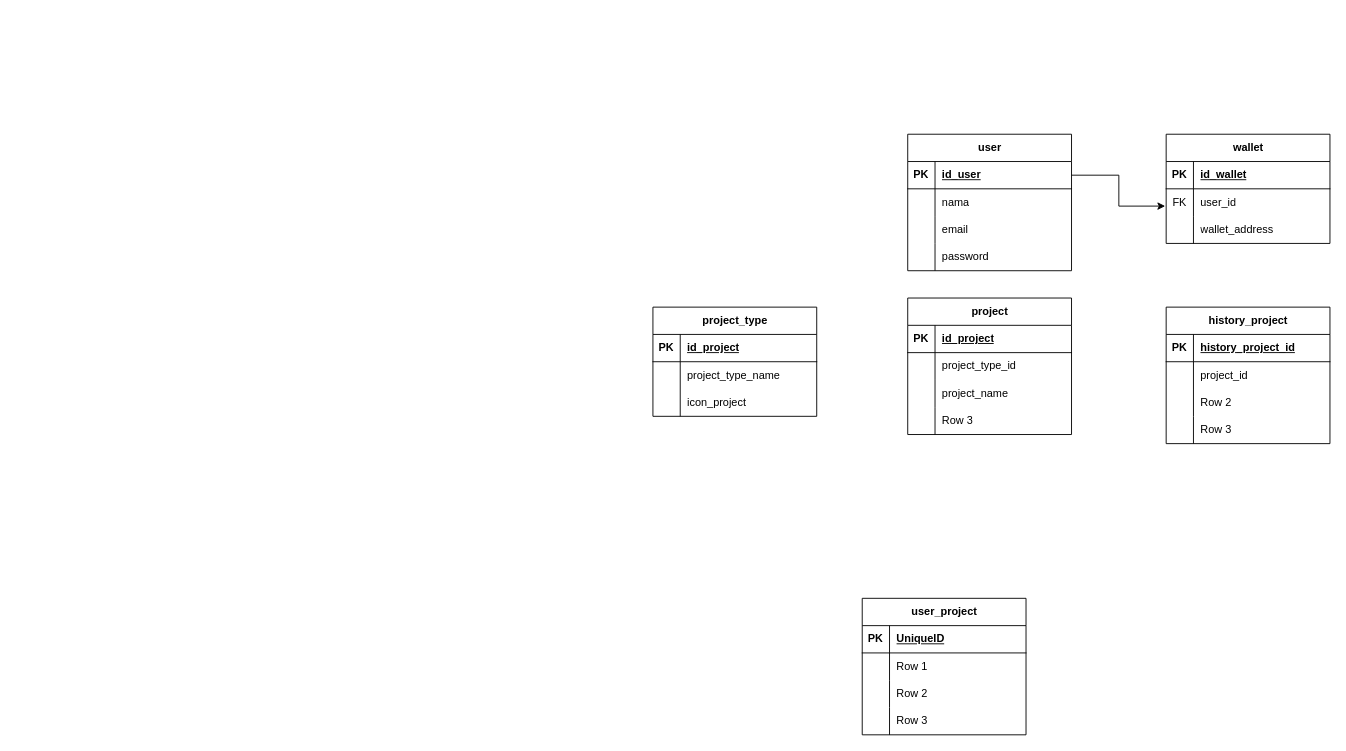
Above: gitdrop.drawio in zerodevid/database_draw_io (draw.io), before the change. Source tidied: cells renumbered, new cells numbered last; positions are measured from the earlier drawing's top-left corner, leaving out a move shared by most shapes. Both pictures are drawn from the tidied source at 91%, with x=0, y=0 at pixel (652, 134).
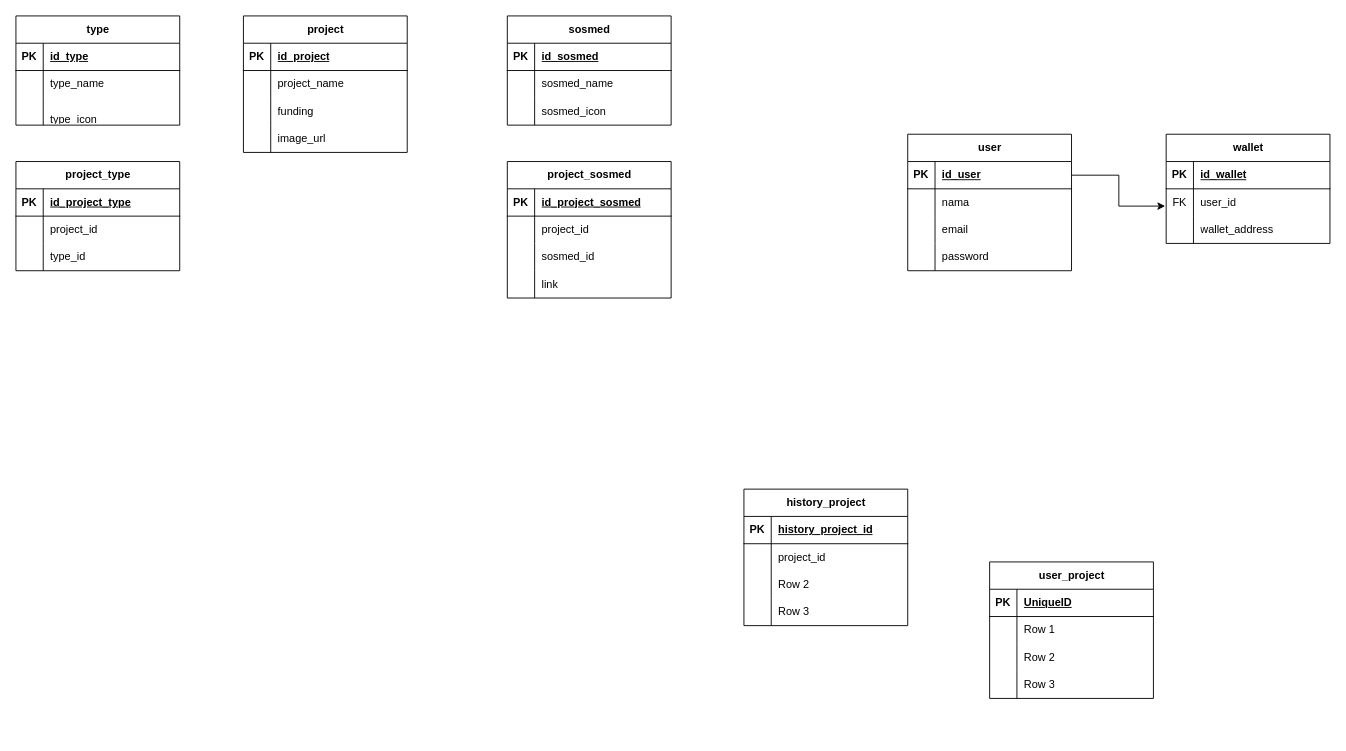
The same page after the edit.

Unchanged cells that the change refers to:
```xml
<mxCell id="53" style="shape=tableRow;horizontal=0;startSize=0;swimlaneHead=0;swimlaneBody=0;fillColor=none;top=0;left=0;right=0;bottom=1;" parent="52" vertex="1">
  <mxGeometry y="30" width="180" height="30" as="geometry" />
</mxCell>
<mxCell id="56" style="shape=tableRow;horizontal=0;startSize=0;swimlaneHead=0;swimlaneBody=0;fillColor=none;top=0;left=0;right=0;bottom=0;" parent="52" vertex="1">
  <mxGeometry y="60" width="180" height="30" as="geometry" />
</mxCell>
<mxCell id="59" style="shape=tableRow;horizontal=0;startSize=0;swimlaneHead=0;swimlaneBody=0;fillColor=none;top=0;left=0;right=0;bottom=0;" parent="52" vertex="1">
  <mxGeometry y="90" width="180" height="30" as="geometry" />
</mxCell>
```

What changed in the source:
```diff
@@
     <mxCell id="15" value="history_project" style="shape=table;startSize=30;childLayout=tableLayout;rowLines=0;fontStyle=1;align=center;html=1;" parent="1" vertex="1">
-      <mxGeometry x="564" y="190" width="180" height="150" as="geometry" />
+      <mxGeometry x="100" y="390" width="180" height="150" as="geometry" />
     </mxCell>
@@
     <mxCell id="39" value="user_project" style="shape=table;startSize=30;childLayout=tableLayout;rowLines=0;fontStyle=1;align=center;html=1;" parent="1" vertex="1">
-      <mxGeometry x="230" y="510" width="180" height="150" as="geometry" />
+      <mxGeometry x="370" y="470" width="180" height="150" as="geometry" />
     </mxCell>
@@
-    <mxCell id="52" value="project_type" style="shape=table;startSize=30;childLayout=tableLayout;rowLines=0;fontStyle=1;align=center;html=1;" parent="1" vertex="1">
-      <mxGeometry y="190" width="180" height="120" as="geometry" />
+    <mxCell id="52" value="type" style="shape=table;startSize=30;childLayout=tableLayout;rowLines=0;fontStyle=1;align=center;html=1;" parent="1" vertex="1">
+      <mxGeometry x="-700" y="-130" width="180" height="120" as="geometry" />
     </mxCell>
@@
-    <mxCell id="55" value="id_project" style="shape=partialRectangle;fillColor=none;top=0;left=0;bottom=0;right=0;align=left;spacingLeft=6;fontStyle=5;overflow=hidden;whiteSpace=wrap;html=1;" parent="53" vertex="1">
+    <mxCell id="55" value="id_type" style="shape=partialRectangle;fillColor=none;top=0;left=0;bottom=0;right=0;align=left;spacingLeft=6;fontStyle=5;overflow=hidden;whiteSpace=wrap;html=1;" parent="53" vertex="1">
       <mxGeometry x="30" width="150" height="30" as="geometry" />
     </mxCell>
@@
-    <mxCell id="58" value="project_type_name" style="shape=partialRectangle;fillColor=none;top=0;left=0;bottom=0;right=0;align=left;spacingLeft=6;overflow=hidden;whiteSpace=wrap;html=1;" parent="56" vertex="1">
+    <mxCell id="58" value="type_name" style="shape=partialRectangle;fillColor=none;top=0;left=0;bottom=0;right=0;align=left;spacingLeft=6;overflow=hidden;whiteSpace=wrap;html=1;" parent="56" vertex="1">
       <mxGeometry x="30" width="150" height="30" as="geometry" />
     </mxCell>
@@
-    <mxCell id="61" value="icon_project" style="shape=partialRectangle;fillColor=none;top=0;left=0;bottom=0;right=0;align=left;spacingLeft=6;overflow=hidden;whiteSpace=wrap;html=1;" parent="59" vertex="1">
+    <mxCell id="61" value="&lt;div&gt;&lt;br&gt;&lt;/div&gt;type_icon" style="shape=partialRectangle;fillColor=none;top=0;left=0;bottom=0;right=0;align=left;spacingLeft=6;overflow=hidden;whiteSpace=wrap;html=1;" parent="59" vertex="1">
       <mxGeometry x="30" width="150" height="30" as="geometry" />
     </mxCell>
     <mxCell id="62" value="project" style="shape=table;startSize=30;childLayout=tableLayout;rowLines=0;fontStyle=1;align=center;html=1;" parent="1" vertex="1">
-      <mxGeometry x="280" y="180" width="180" height="150" as="geometry" />
+      <mxGeometry x="-450" y="-130" width="180" height="150" as="geometry" />
     </mxCell>
@@
-    <mxCell id="66" style="shape=tableRow;horizontal=0;startSize=0;swimlaneHead=0;swimlaneBody=0;fillColor=none;top=0;left=0;right=0;bottom=0;" parent="62" vertex="1">
-      <mxGeometry y="60" width="180" height="30" as="geometry" />
-    </mxCell>
-    <mxCell id="67" style="shape=partialRectangle;fillColor=none;top=0;left=0;bottom=0;right=0;overflow=hidden;whiteSpace=wrap;html=1;" parent="66" vertex="1">
-      <mxGeometry width="30" height="30" as="geometry" />
-    </mxCell>
-    <mxCell id="68" value="project_type_id" style="shape=partialRectangle;fillColor=none;top=0;left=0;bottom=0;right=0;align=left;spacingLeft=6;overflow=hidden;whiteSpace=wrap;html=1;" parent="66" vertex="1">
-      <mxGeometry x="30" width="150" height="30" as="geometry" />
-    </mxCell>
     <mxCell id="69" style="shape=tableRow;horizontal=0;startSize=0;swimlaneHead=0;swimlaneBody=0;fillColor=none;top=0;left=0;right=0;bottom=0;" parent="62" vertex="1">
-      <mxGeometry y="90" width="180" height="30" as="geometry" />
+      <mxGeometry y="60" width="180" height="30" as="geometry" />
     </mxCell>
@@
     <mxCell id="72" style="shape=tableRow;horizontal=0;startSize=0;swimlaneHead=0;swimlaneBody=0;fillColor=none;top=0;left=0;right=0;bottom=0;" parent="62" vertex="1">
-      <mxGeometry y="120" width="180" height="30" as="geometry" />
+      <mxGeometry y="90" width="180" height="30" as="geometry" />
     </mxCell>
@@
-    <mxCell id="74" value="Row 3" style="shape=partialRectangle;fillColor=none;top=0;left=0;bottom=0;right=0;align=left;spacingLeft=6;overflow=hidden;whiteSpace=wrap;html=1;" parent="72" vertex="1">
+    <mxCell id="74" value="funding" style="shape=partialRectangle;fillColor=none;top=0;left=0;bottom=0;right=0;align=left;spacingLeft=6;overflow=hidden;whiteSpace=wrap;html=1;" parent="72" vertex="1">
       <mxGeometry x="30" width="150" height="30" as="geometry" />
     </mxCell>
+    <mxCell id="75" style="shape=tableRow;horizontal=0;startSize=0;swimlaneHead=0;swimlaneBody=0;fillColor=none;top=0;left=0;right=0;bottom=0;" parent="62" vertex="1">
+      <mxGeometry y="120" width="180" height="30" as="geometry" />
+    </mxCell>
+    <mxCell id="76" style="shape=partialRectangle;fillColor=none;top=0;left=0;bottom=0;right=0;overflow=hidden;whiteSpace=wrap;html=1;" parent="75" vertex="1">
+      <mxGeometry width="30" height="30" as="geometry" />
+    </mxCell>
+    <mxCell id="77" value="image_url" style="shape=partialRectangle;fillColor=none;top=0;left=0;bottom=0;right=0;align=left;spacingLeft=6;overflow=hidden;whiteSpace=wrap;html=1;" parent="75" vertex="1">
+      <mxGeometry x="30" width="150" height="30" as="geometry" />
+    </mxCell>
+    <mxCell id="78" value="sosmed" style="shape=table;startSize=30;childLayout=tableLayout;rowLines=0;fontStyle=1;align=center;html=1;" parent="1" vertex="1">
+      <mxGeometry x="-160" y="-130" width="180" height="120" as="geometry" />
+    </mxCell>
+    <mxCell id="79" style="shape=tableRow;horizontal=0;startSize=0;swimlaneHead=0;swimlaneBody=0;fillColor=none;top=0;left=0;right=0;bottom=1;" parent="78" vertex="1">
+      <mxGeometry y="30" width="180" height="30" as="geometry" />
+    </mxCell>
+    <mxCell id="80" value="PK" style="shape=partialRectangle;fillColor=none;top=0;left=0;bottom=0;right=0;fontStyle=1;overflow=hidden;whiteSpace=wrap;html=1;" parent="79" vertex="1">
+      <mxGeometry width="30" height="30" as="geometry" />
+    </mxCell>
+    <mxCell id="81" value="id_sosmed" style="shape=partialRectangle;fillColor=none;top=0;left=0;bottom=0;right=0;align=left;spacingLeft=6;fontStyle=5;overflow=hidden;whiteSpace=wrap;html=1;" parent="79" vertex="1">
+      <mxGeometry x="30" width="150" height="30" as="geometry" />
+    </mxCell>
+    <mxCell id="82" style="shape=tableRow;horizontal=0;startSize=0;swimlaneHead=0;swimlaneBody=0;fillColor=none;top=0;left=0;right=0;bottom=0;" parent="78" vertex="1">
+      <mxGeometry y="60" width="180" height="30" as="geometry" />
+    </mxCell>
+    <mxCell id="83" style="shape=partialRectangle;fillColor=none;top=0;left=0;bottom=0;right=0;overflow=hidden;whiteSpace=wrap;html=1;" parent="82" vertex="1">
+      <mxGeometry width="30" height="30" as="geometry" />
+    </mxCell>
+    <mxCell id="84" value="sosmed_name" style="shape=partialRectangle;fillColor=none;top=0;left=0;bottom=0;right=0;align=left;spacingLeft=6;overflow=hidden;whiteSpace=wrap;html=1;" parent="82" vertex="1">
+      <mxGeometry x="30" width="150" height="30" as="geometry" />
+    </mxCell>
+    <mxCell id="85" style="shape=tableRow;horizontal=0;startSize=0;swimlaneHead=0;swimlaneBody=0;fillColor=none;top=0;left=0;right=0;bottom=0;" parent="78" vertex="1">
+      <mxGeometry y="90" width="180" height="30" as="geometry" />
+    </mxCell>
+    <mxCell id="86" style="shape=partialRectangle;fillColor=none;top=0;left=0;bottom=0;right=0;overflow=hidden;whiteSpace=wrap;html=1;" parent="85" vertex="1">
+      <mxGeometry width="30" height="30" as="geometry" />
+    </mxCell>
+    <mxCell id="87" value="sosmed_icon" style="shape=partialRectangle;fillColor=none;top=0;left=0;bottom=0;right=0;align=left;spacingLeft=6;overflow=hidden;whiteSpace=wrap;html=1;" parent="85" vertex="1">
+      <mxGeometry x="30" width="150" height="30" as="geometry" />
+    </mxCell>
+    <mxCell id="88" value="project_sosmed" style="shape=table;startSize=30;childLayout=tableLayout;rowLines=0;fontStyle=1;align=center;html=1;" parent="1" vertex="1">
+      <mxGeometry x="-160" y="30" width="180" height="150" as="geometry" />
+    </mxCell>
+    <mxCell id="89" style="shape=tableRow;horizontal=0;startSize=0;swimlaneHead=0;swimlaneBody=0;fillColor=none;top=0;left=0;right=0;bottom=1;" parent="88" vertex="1">
+      <mxGeometry y="30" width="180" height="30" as="geometry" />
+    </mxCell>
+    <mxCell id="90" value="PK" style="shape=partialRectangle;fillColor=none;top=0;left=0;bottom=0;right=0;fontStyle=1;overflow=hidden;whiteSpace=wrap;html=1;" parent="89" vertex="1">
+      <mxGeometry width="30" height="30" as="geometry" />
+    </mxCell>
+    <mxCell id="91" value="id_project_sosmed" style="shape=partialRectangle;fillColor=none;top=0;left=0;bottom=0;right=0;align=left;spacingLeft=6;fontStyle=5;overflow=hidden;whiteSpace=wrap;html=1;" parent="89" vertex="1">
+      <mxGeometry x="30" width="150" height="30" as="geometry" />
+    </mxCell>
+    <mxCell id="92" style="shape=tableRow;horizontal=0;startSize=0;swimlaneHead=0;swimlaneBody=0;fillColor=none;top=0;left=0;right=0;bottom=0;" parent="88" vertex="1">
+      <mxGeometry y="60" width="180" height="30" as="geometry" />
+    </mxCell>
+    <mxCell id="93" style="shape=partialRectangle;fillColor=none;top=0;left=0;bottom=0;right=0;overflow=hidden;whiteSpace=wrap;html=1;" parent="92" vertex="1">
+      <mxGeometry width="30" height="30" as="geometry" />
+    </mxCell>
+    <mxCell id="94" value="project_id" style="shape=partialRectangle;fillColor=none;top=0;left=0;bottom=0;right=0;align=left;spacingLeft=6;overflow=hidden;whiteSpace=wrap;html=1;" parent="92" vertex="1">
+      <mxGeometry x="30" width="150" height="30" as="geometry" />
+    </mxCell>
+    <mxCell id="95" style="shape=tableRow;horizontal=0;startSize=0;swimlaneHead=0;swimlaneBody=0;fillColor=none;top=0;left=0;right=0;bottom=0;" parent="88" vertex="1">
+      <mxGeometry y="90" width="180" height="30" as="geometry" />
+    </mxCell>
+    <mxCell id="96" style="shape=partialRectangle;fillColor=none;top=0;left=0;bottom=0;right=0;overflow=hidden;whiteSpace=wrap;html=1;" parent="95" vertex="1">
+      <mxGeometry width="30" height="30" as="geometry" />
+    </mxCell>
+    <mxCell id="97" value="sosmed_id" style="shape=partialRectangle;fillColor=none;top=0;left=0;bottom=0;right=0;align=left;spacingLeft=6;overflow=hidden;whiteSpace=wrap;html=1;" parent="95" vertex="1">
+      <mxGeometry x="30" width="150" height="30" as="geometry" />
+    </mxCell>
+    <mxCell id="98" style="shape=tableRow;horizontal=0;startSize=0;swimlaneHead=0;swimlaneBody=0;fillColor=none;top=0;left=0;right=0;bottom=0;" parent="88" vertex="1">
+      <mxGeometry y="120" width="180" height="30" as="geometry" />
+    </mxCell>
+    <mxCell id="99" style="shape=partialRectangle;fillColor=none;top=0;left=0;bottom=0;right=0;overflow=hidden;whiteSpace=wrap;html=1;" parent="98" vertex="1">
+      <mxGeometry width="30" height="30" as="geometry" />
+    </mxCell>
+    <mxCell id="100" value="link" style="shape=partialRectangle;fillColor=none;top=0;left=0;bottom=0;right=0;align=left;spacingLeft=6;overflow=hidden;whiteSpace=wrap;html=1;" parent="98" vertex="1">
+      <mxGeometry x="30" width="150" height="30" as="geometry" />
+    </mxCell>
+    <mxCell id="101" value="project_type" style="shape=table;startSize=30;childLayout=tableLayout;rowLines=0;fontStyle=1;align=center;html=1;" parent="1" vertex="1">
+      <mxGeometry x="-700" y="30" width="180" height="120" as="geometry" />
+    </mxCell>
+    <mxCell id="102" style="shape=tableRow;horizontal=0;startSize=0;swimlaneHead=0;swimlaneBody=0;fillColor=none;top=0;left=0;right=0;bottom=1;" parent="101" vertex="1">
+      <mxGeometry y="30" width="180" height="30" as="geometry" />
+    </mxCell>
+    <mxCell id="103" value="PK" style="shape=partialRectangle;fillColor=none;top=0;left=0;bottom=0;right=0;fontStyle=1;overflow=hidden;whiteSpace=wrap;html=1;" parent="102" vertex="1">
+      <mxGeometry width="30" height="30" as="geometry" />
+    </mxCell>
+    <mxCell id="104" value="id_project_type" style="shape=partialRectangle;fillColor=none;top=0;left=0;bottom=0;right=0;align=left;spacingLeft=6;fontStyle=5;overflow=hidden;whiteSpace=wrap;html=1;" parent="102" vertex="1">
+      <mxGeometry x="30" width="150" height="30" as="geometry" />
+    </mxCell>
+    <mxCell id="105" style="shape=tableRow;horizontal=0;startSize=0;swimlaneHead=0;swimlaneBody=0;fillColor=none;top=0;left=0;right=0;bottom=0;" parent="101" vertex="1">
+      <mxGeometry y="60" width="180" height="30" as="geometry" />
+    </mxCell>
+    <mxCell id="106" style="shape=partialRectangle;fillColor=none;top=0;left=0;bottom=0;right=0;overflow=hidden;whiteSpace=wrap;html=1;" parent="105" vertex="1">
+      <mxGeometry width="30" height="30" as="geometry" />
+    </mxCell>
+    <mxCell id="107" value="project_id" style="shape=partialRectangle;fillColor=none;top=0;left=0;bottom=0;right=0;align=left;spacingLeft=6;overflow=hidden;whiteSpace=wrap;html=1;" parent="105" vertex="1">
+      <mxGeometry x="30" width="150" height="30" as="geometry" />
+    </mxCell>
+    <mxCell id="108" style="shape=tableRow;horizontal=0;startSize=0;swimlaneHead=0;swimlaneBody=0;fillColor=none;top=0;left=0;right=0;bottom=0;" parent="101" vertex="1">
+      <mxGeometry y="90" width="180" height="30" as="geometry" />
+    </mxCell>
+    <mxCell id="109" style="shape=partialRectangle;fillColor=none;top=0;left=0;bottom=0;right=0;overflow=hidden;whiteSpace=wrap;html=1;" parent="108" vertex="1">
+      <mxGeometry width="30" height="30" as="geometry" />
+    </mxCell>
+    <mxCell id="110" value="type_id" style="shape=partialRectangle;fillColor=none;top=0;left=0;bottom=0;right=0;align=left;spacingLeft=6;overflow=hidden;whiteSpace=wrap;html=1;" parent="108" vertex="1">
+      <mxGeometry x="30" width="150" height="30" as="geometry" />
+    </mxCell>
```
